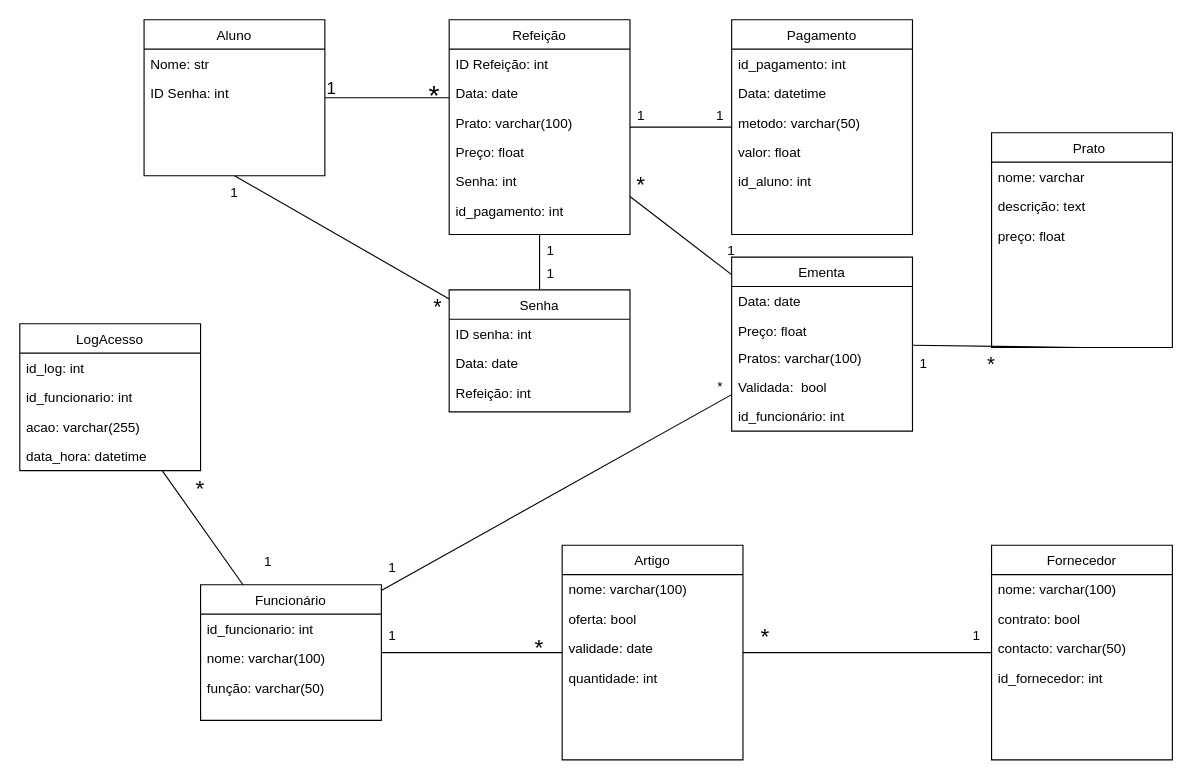
The draw.io diagram Diagrama sem nome.drawio in Mankz111/SchoolProjects, before the edit. Source tidied: cells renumbered, new cells numbered last; positions are measured from the earlier drawing's top-left corner, leaving out a move shared by most shapes. Both pictures are drawn from the tidied source at 113%, with x=0, y=0 at pixel (19, 19).
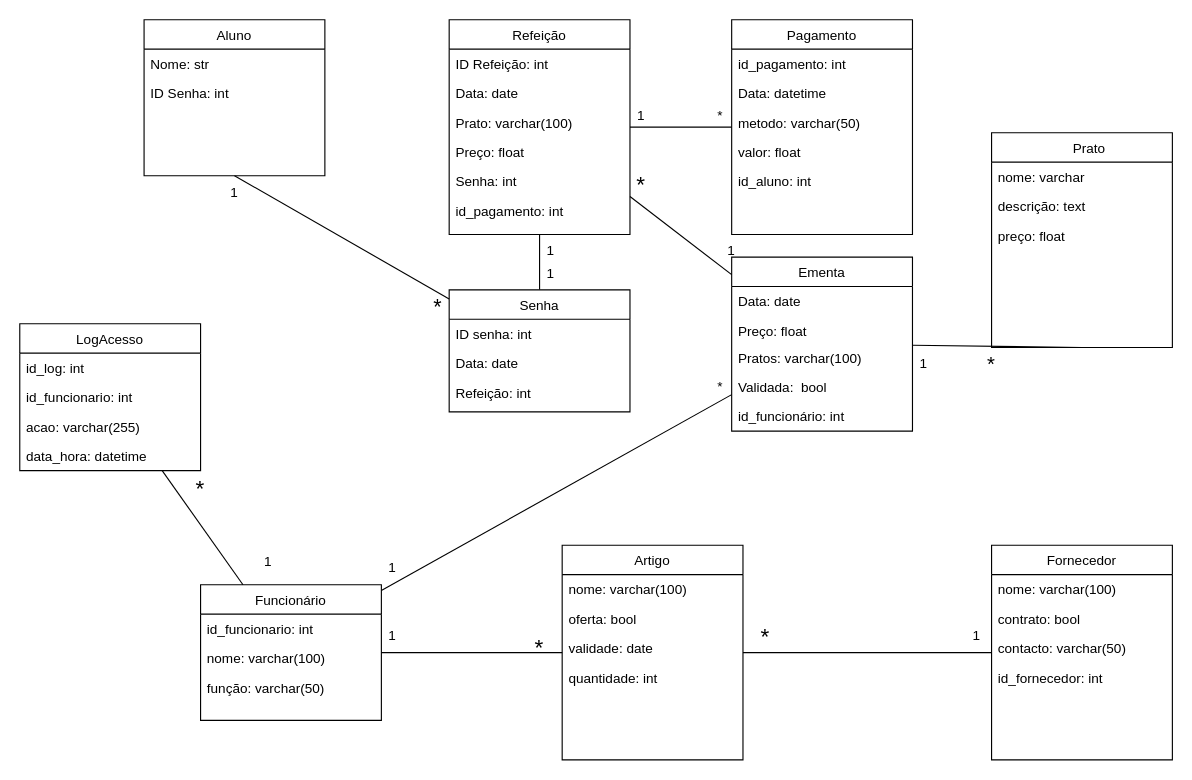
Above is the later version.

The change refers to these unchanged cells:
```xml
<mxCell id="2" value="Aluno" style="swimlane;fontStyle=0;align=center;verticalAlign=top;horizontal=1;startSize=26;rounded=0;shadow=0;strokeWidth=1;" parent="1" vertex="1">
  <mxGeometry x="110" width="160" height="138" as="geometry" />
</mxCell>
<mxCell id="16" value="Refeição" style="swimlane;fontStyle=0;align=center;verticalAlign=top;horizontal=1;startSize=26;rounded=0;shadow=0;strokeWidth=1;" parent="1" vertex="1">
  <mxGeometry x="380" width="160" height="190" as="geometry" />
</mxCell>
```

Diff of the diagram source:
```diff
@@
-    <mxCell id="23" style="endArrow=none;shadow=0;strokeWidth=1;rounded=0;curved=0;endFill=0;edgeStyle=elbowEdgeStyle;elbow=vertical;" parent="1" edge="1" source="2" target="16">
-      <mxGeometry x="0.5" y="41" relative="1" as="geometry">
-        <mxPoint x="-40" y="32" as="offset" />
-      </mxGeometry>
-    </mxCell>
-    <mxCell id="24" value="1" style="align=left;verticalAlign=bottom;labelBackgroundColor=none;fontSize=15;" parent="23" vertex="1">
-      <mxGeometry x="-1" relative="1" as="geometry">
-        <mxPoint y="1" as="offset" />
-      </mxGeometry>
-    </mxCell>
-    <mxCell id="25" value="*" style="align=right;verticalAlign=bottom;labelBackgroundColor=none;fontSize=25;" parent="23" vertex="1">
-      <mxGeometry x="1" relative="1" as="geometry">
-        <mxPoint x="-7" y="11" as="offset" />
-      </mxGeometry>
-    </mxCell>
@@
-    <mxCell id="62" value="1" style="text;html=1;align=center;verticalAlign=middle;whiteSpace=wrap;rounded=0;" parent="1" vertex="1">
+    <mxCell id="62" value="*" style="text;html=1;align=center;verticalAlign=middle;whiteSpace=wrap;rounded=0;" parent="1" vertex="1">
       <mxGeometry x="590" y="70" width="60" height="30" as="geometry" />
     </mxCell>
```
